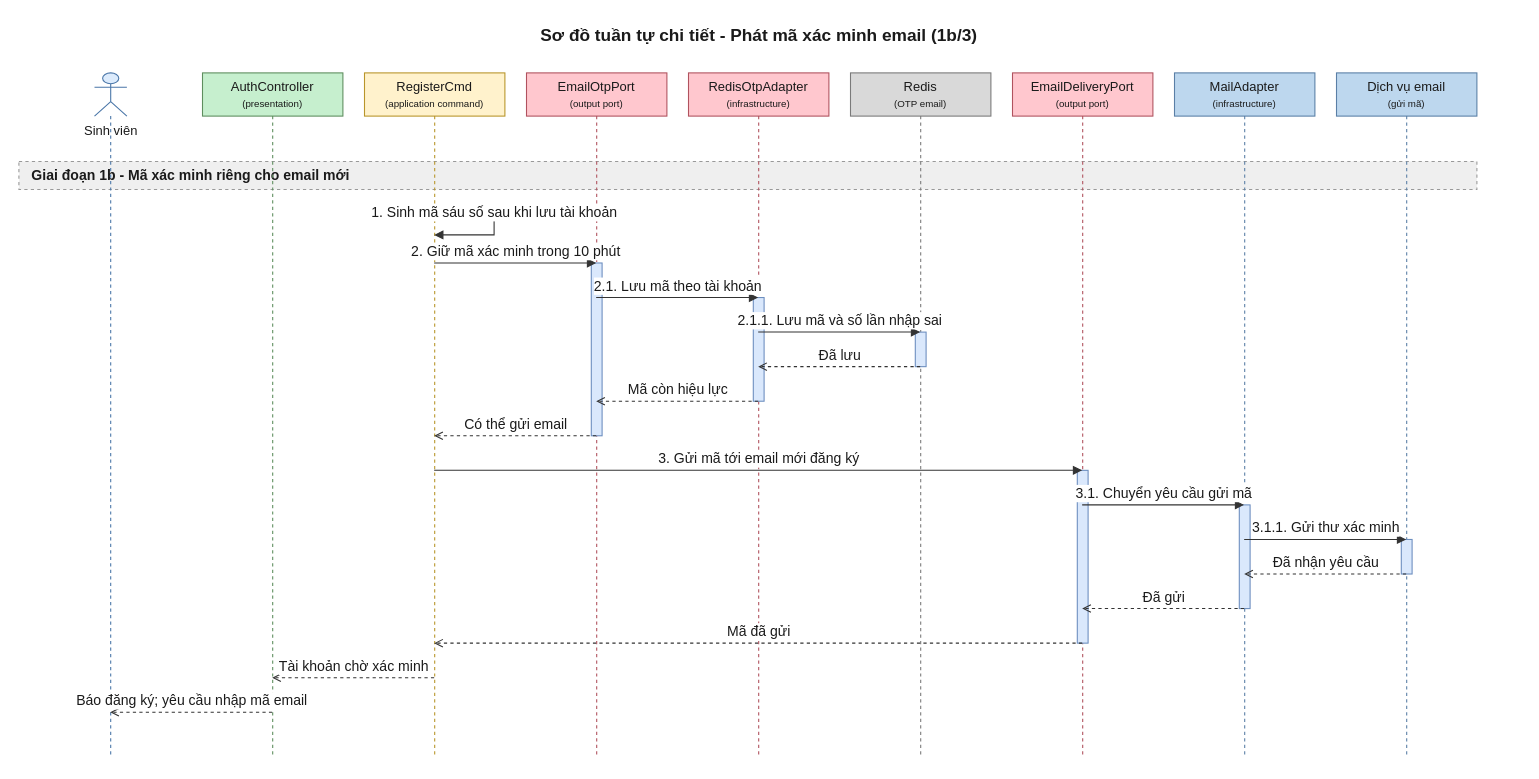
Earlier version of the draw.io diagram 08-diagram/sequence/user/sequence_user_dang_ky_dang_nhap_p1b.drawio (daiphu1801/PRJ_ALGOPREP). Source tidied: cells renumbered, new cells numbered last; positions are measured from the earlier drawing's top-left corner, leaving out a move shared by most shapes. Both pictures are drawn from the tidied source at 108%, with x=0, y=0 at pixel (18, 18).
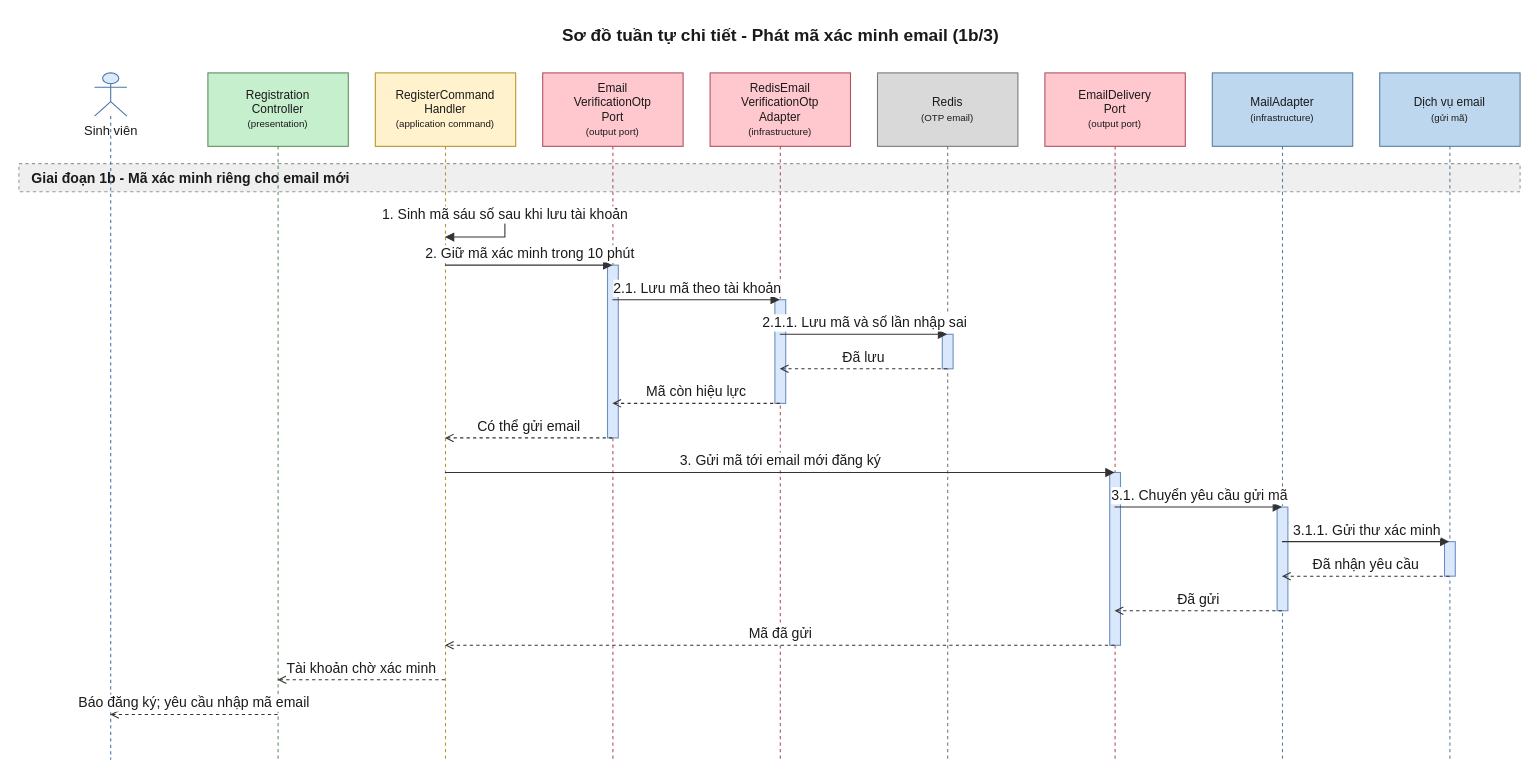
The same diagram, later.

Diff of the diagram source:
```diff
@@
     <mxCell id="2" value="Sơ đồ tuần tự chi tiết - Phát mã xác minh email (1b/3)" style="text;html=1;fontSize=16;fontStyle=1;align=center;verticalAlign=middle;fontColor=#1A1A1A;" parent="1" vertex="1">
-      <mxGeometry x="20" width="1330" height="30" as="geometry" />
+      <mxGeometry x="20" width="1370" height="30" as="geometry" />
     </mxCell>
     <mxCell id="3" value="Giai đoạn 1b - Mã xác minh riêng cho email mới" style="algoprep=phase;rounded=0;whiteSpace=wrap;html=1;fillColor=#EFEFEF;strokeColor=#999999;dashed=1;align=left;verticalAlign=middle;spacingLeft=10;fontColor=#1A1A1A;fontSize=13;fontStyle=1;" parent="1" vertex="1">
-      <mxGeometry y="132" width="1350" height="26" as="geometry" />
+      <mxGeometry y="134" width="1390" height="26" as="geometry" />
     </mxCell>
     <mxCell id="4" value="Sinh viên" style="shape=umlLifeline;participant=umlActor;perimeter=lifelinePerimeter;html=1;outlineConnect=0;size=40;verticalAlign=top;spacingTop=40;fillColor=#DCEBFC;strokeColor=#4A76A8;fontColor=#1A1A1A;" parent="1" vertex="1">
-      <mxGeometry x="70" y="50" width="30" height="634" as="geometry" />
+      <mxGeometry x="70" y="50" width="30" height="636" as="geometry" />
     </mxCell>
-    <mxCell id="5" value="AuthController&lt;br&gt;&lt;font style=&quot;font-size:9px&quot;&gt;(presentation)&lt;/font&gt;" style="shape=umlLifeline;perimeter=lifelinePerimeter;whiteSpace=wrap;html=1;outlineConnect=0;size=40;fillColor=#C6EFCE;strokeColor=#5E8E5E;fontColor=#1A1A1A;" parent="1" vertex="1">
-      <mxGeometry x="170" y="50" width="130" height="634" as="geometry" />
+    <mxCell id="5" value="Registration&lt;br&gt;Controller&lt;br&gt;&lt;font style=&quot;font-size:9px&quot;&gt;(presentation)&lt;/font&gt;" style="shape=umlLifeline;perimeter=lifelinePerimeter;whiteSpace=wrap;html=1;outlineConnect=0;size=68;fontSize=11;fillColor=#C6EFCE;strokeColor=#5E8E5E;fontColor=#1A1A1A;" parent="1" vertex="1">
+      <mxGeometry x="175" y="50" width="130" height="636" as="geometry" />
     </mxCell>
-    <mxCell id="6" value="RegisterCmd&lt;br&gt;&lt;font style=&quot;font-size:9px&quot;&gt;(application command)&lt;/font&gt;" style="shape=umlLifeline;perimeter=lifelinePerimeter;whiteSpace=wrap;html=1;outlineConnect=0;size=40;fillColor=#FFF2CC;strokeColor=#B8952A;fontColor=#1A1A1A;" parent="1" vertex="1">
-      <mxGeometry x="320" y="50" width="130" height="634" as="geometry" />
+    <mxCell id="6" value="RegisterCommand&lt;br&gt;Handler&lt;br&gt;&lt;font style=&quot;font-size:9px&quot;&gt;(application command)&lt;/font&gt;" style="shape=umlLifeline;perimeter=lifelinePerimeter;whiteSpace=wrap;html=1;outlineConnect=0;size=68;fontSize=11;fillColor=#FFF2CC;strokeColor=#B8952A;fontColor=#1A1A1A;" parent="1" vertex="1">
+      <mxGeometry x="330" y="50" width="130" height="636" as="geometry" />
     </mxCell>
-    <mxCell id="7" value="EmailOtpPort&lt;br&gt;&lt;font style=&quot;font-size:9px&quot;&gt;(output port)&lt;/font&gt;" style="shape=umlLifeline;perimeter=lifelinePerimeter;whiteSpace=wrap;html=1;outlineConnect=0;size=40;fillColor=#FFC7CE;strokeColor=#B0525E;fontColor=#1A1A1A;" parent="1" vertex="1">
-      <mxGeometry x="470" y="50" width="130" height="634" as="geometry" />
+    <mxCell id="7" value="Email&lt;br&gt;VerificationOtp&lt;br&gt;Port&lt;br&gt;&lt;font style=&quot;font-size:9px&quot;&gt;(output port)&lt;/font&gt;" style="shape=umlLifeline;perimeter=lifelinePerimeter;whiteSpace=wrap;html=1;outlineConnect=0;size=68;fontSize=11;fillColor=#FFC7CE;strokeColor=#B0525E;fontColor=#1A1A1A;" parent="1" vertex="1">
+      <mxGeometry x="485" y="50" width="130" height="636" as="geometry" />
     </mxCell>
-    <mxCell id="8" value="RedisOtpAdapter&lt;br&gt;&lt;font style=&quot;font-size:9px&quot;&gt;(infrastructure)&lt;/font&gt;" style="shape=umlLifeline;perimeter=lifelinePerimeter;whiteSpace=wrap;html=1;outlineConnect=0;size=40;fillColor=#FFC7CE;strokeColor=#B0525E;fontColor=#1A1A1A;" parent="1" vertex="1">
-      <mxGeometry x="620" y="50" width="130" height="634" as="geometry" />
+    <mxCell id="8" value="RedisEmail&lt;br&gt;VerificationOtp&lt;br&gt;Adapter&lt;br&gt;&lt;font style=&quot;font-size:9px&quot;&gt;(infrastructure)&lt;/font&gt;" style="shape=umlLifeline;perimeter=lifelinePerimeter;whiteSpace=wrap;html=1;outlineConnect=0;size=68;fontSize=11;fillColor=#FFC7CE;strokeColor=#B0525E;fontColor=#1A1A1A;" parent="1" vertex="1">
+      <mxGeometry x="640" y="50" width="130" height="636" as="geometry" />
     </mxCell>
-    <mxCell id="9" value="Redis&lt;br&gt;&lt;font style=&quot;font-size:9px&quot;&gt;(OTP email)&lt;/font&gt;" style="shape=umlLifeline;perimeter=lifelinePerimeter;whiteSpace=wrap;html=1;outlineConnect=0;size=40;fillColor=#D9D9D9;strokeColor=#7A7A7A;fontColor=#1A1A1A;" parent="1" vertex="1">
-      <mxGeometry x="770" y="50" width="130" height="634" as="geometry" />
+    <mxCell id="9" value="Redis&lt;br&gt;&lt;font style=&quot;font-size:9px&quot;&gt;(OTP email)&lt;/font&gt;" style="shape=umlLifeline;perimeter=lifelinePerimeter;whiteSpace=wrap;html=1;outlineConnect=0;size=68;fontSize=11;fillColor=#D9D9D9;strokeColor=#7A7A7A;fontColor=#1A1A1A;" parent="1" vertex="1">
+      <mxGeometry x="795" y="50" width="130" height="636" as="geometry" />
     </mxCell>
-    <mxCell id="10" value="EmailDeliveryPort&lt;br&gt;&lt;font style=&quot;font-size:9px&quot;&gt;(output port)&lt;/font&gt;" style="shape=umlLifeline;perimeter=lifelinePerimeter;whiteSpace=wrap;html=1;outlineConnect=0;size=40;fillColor=#FFC7CE;strokeColor=#B0525E;fontColor=#1A1A1A;" parent="1" vertex="1">
-      <mxGeometry x="920" y="50" width="130" height="634" as="geometry" />
+    <mxCell id="10" value="EmailDelivery&lt;br&gt;Port&lt;br&gt;&lt;font style=&quot;font-size:9px&quot;&gt;(output port)&lt;/font&gt;" style="shape=umlLifeline;perimeter=lifelinePerimeter;whiteSpace=wrap;html=1;outlineConnect=0;size=68;fontSize=11;fillColor=#FFC7CE;strokeColor=#B0525E;fontColor=#1A1A1A;" parent="1" vertex="1">
+      <mxGeometry x="950" y="50" width="130" height="636" as="geometry" />
     </mxCell>
-    <mxCell id="11" value="MailAdapter&lt;br&gt;&lt;font style=&quot;font-size:9px&quot;&gt;(infrastructure)&lt;/font&gt;" style="shape=umlLifeline;perimeter=lifelinePerimeter;whiteSpace=wrap;html=1;outlineConnect=0;size=40;fillColor=#BDD7EE;strokeColor=#5A7FA6;fontColor=#1A1A1A;" parent="1" vertex="1">
-      <mxGeometry x="1070" y="50" width="130" height="634" as="geometry" />
+    <mxCell id="11" value="MailAdapter&lt;br&gt;&lt;font style=&quot;font-size:9px&quot;&gt;(infrastructure)&lt;/font&gt;" style="shape=umlLifeline;perimeter=lifelinePerimeter;whiteSpace=wrap;html=1;outlineConnect=0;size=68;fontSize=11;fillColor=#BDD7EE;strokeColor=#5A7FA6;fontColor=#1A1A1A;" parent="1" vertex="1">
+      <mxGeometry x="1105" y="50" width="130" height="636" as="geometry" />
     </mxCell>
-    <mxCell id="12" value="Dịch vụ email&lt;br&gt;&lt;font style=&quot;font-size:9px&quot;&gt;(gửi mã)&lt;/font&gt;" style="shape=umlLifeline;perimeter=lifelinePerimeter;whiteSpace=wrap;html=1;outlineConnect=0;size=40;fillColor=#BDD7EE;strokeColor=#5A7FA6;fontColor=#1A1A1A;" parent="1" vertex="1">
-      <mxGeometry x="1220" y="50" width="130" height="634" as="geometry" />
+    <mxCell id="12" value="Dịch vụ email&lt;br&gt;&lt;font style=&quot;font-size:9px&quot;&gt;(gửi mã)&lt;/font&gt;" style="shape=umlLifeline;perimeter=lifelinePerimeter;whiteSpace=wrap;html=1;outlineConnect=0;size=68;fontSize=11;fillColor=#BDD7EE;strokeColor=#5A7FA6;fontColor=#1A1A1A;" parent="1" vertex="1">
+      <mxGeometry x="1260" y="50" width="130" height="636" as="geometry" />
     </mxCell>
     <mxCell id="13" style="html=1;perimeter=orthogonalPerimeter;targetShapes=umlLifeline;fillColor=#DAE8FC;strokeColor=#6C8EBF;" parent="9" vertex="1">
-      <mxGeometry x="60" y="240" width="10" height="32" as="geometry" />
+      <mxGeometry x="60" y="242" width="10" height="32" as="geometry" />
     </mxCell>
     <mxCell id="14" style="html=1;perimeter=orthogonalPerimeter;targetShapes=umlLifeline;fillColor=#DAE8FC;strokeColor=#6C8EBF;" parent="8" vertex="1">
-      <mxGeometry x="60" y="208" width="10" height="96" as="geometry" />
+      <mxGeometry x="60" y="210" width="10" height="96" as="geometry" />
     </mxCell>
     <mxCell id="15" style="html=1;perimeter=orthogonalPerimeter;targetShapes=umlLifeline;fillColor=#DAE8FC;strokeColor=#6C8EBF;" parent="7" vertex="1">
-      <mxGeometry x="60" y="176" width="10" height="160" as="geometry" />
+      <mxGeometry x="60" y="178" width="10" height="160" as="geometry" />
     </mxCell>
     <mxCell id="16" style="html=1;perimeter=orthogonalPerimeter;targetShapes=umlLifeline;fillColor=#DAE8FC;strokeColor=#6C8EBF;" parent="12" vertex="1">
-      <mxGeometry x="60" y="432" width="10" height="32" as="geometry" />
+      <mxGeometry x="60" y="434" width="10" height="32" as="geometry" />
     </mxCell>
     <mxCell id="17" style="html=1;perimeter=orthogonalPerimeter;targetShapes=umlLifeline;fillColor=#DAE8FC;strokeColor=#6C8EBF;" parent="11" vertex="1">
-      <mxGeometry x="60" y="400" width="10" height="96" as="geometry" />
+      <mxGeometry x="60" y="402" width="10" height="96" as="geometry" />
     </mxCell>
     <mxCell id="18" style="html=1;perimeter=orthogonalPerimeter;targetShapes=umlLifeline;fillColor=#DAE8FC;strokeColor=#6C8EBF;" parent="10" vertex="1">
-      <mxGeometry x="60" y="368" width="10" height="160" as="geometry" />
+      <mxGeometry x="60" y="370" width="10" height="160" as="geometry" />
     </mxCell>
-    <mxCell id="19" value="1. Sinh mã sáu số sau khi lưu tài khoản" style="edgeStyle=orthogonalEdgeStyle;rounded=0;html=1;endArrow=block;endFill=1;strokeColor=#333333;fontColor=#1A1A1A;fontSize=13;verticalAlign=bottom;exitX=0.5;exitY=0.2050;exitDx=0;exitDy=0;entryX=0.5;entryY=0.2366;entryDx=0;entryDy=0;" parent="1" edge="1" source="6" target="6">
+    <mxCell id="19" value="1. Sinh mã sáu số sau khi lưu tài khoản" style="edgeStyle=orthogonalEdgeStyle;rounded=0;html=1;endArrow=block;endFill=1;strokeColor=#333333;fontColor=#1A1A1A;fontSize=13;verticalAlign=bottom;exitX=0.5;exitY=0.2075;exitDx=0;exitDy=0;entryX=0.5;entryY=0.2390;entryDx=0;entryDy=0;" parent="1" edge="1" source="6" target="6">
       <mxGeometry relative="1" as="geometry">
         <Array as="points">
-          <mxPoint x="440" y="180" />
-          <mxPoint x="440" y="200" />
+          <mxPoint x="450" y="182" />
+          <mxPoint x="450" y="202" />
         </Array>
       </mxGeometry>
     </mxCell>
-    <mxCell id="20" value="2. Giữ mã xác minh trong 10 phút" style="edgeStyle=none;html=1;endArrow=block;endFill=1;strokeColor=#333333;fontColor=#1A1A1A;fontSize=13;verticalAlign=bottom;exitX=0.5;exitY=0.2776;exitDx=0;exitDy=0;entryX=0.5;entryY=0.2776;entryDx=0;entryDy=0;" parent="1" edge="1" source="6" target="7">
+    <mxCell id="20" value="2. Giữ mã xác minh trong 10 phút" style="edgeStyle=none;html=1;endArrow=block;endFill=1;strokeColor=#333333;fontColor=#1A1A1A;fontSize=13;verticalAlign=bottom;exitX=0.5;exitY=0.2799;exitDx=0;exitDy=0;entryX=0.5;entryY=0.2799;entryDx=0;entryDy=0;" parent="1" edge="1" source="6" target="7">
       <mxGeometry relative="1" as="geometry" />
     </mxCell>
-    <mxCell id="21" value="2.1. Lưu mã theo tài khoản" style="edgeStyle=none;html=1;endArrow=block;endFill=1;strokeColor=#333333;fontColor=#1A1A1A;fontSize=13;verticalAlign=bottom;exitX=0.5;exitY=0.3281;exitDx=0;exitDy=0;entryX=0.5;entryY=0.3281;entryDx=0;entryDy=0;" parent="1" edge="1" source="7" target="8">
+    <mxCell id="21" value="2.1. Lưu mã theo tài khoản" style="edgeStyle=none;html=1;endArrow=block;endFill=1;strokeColor=#333333;fontColor=#1A1A1A;fontSize=13;verticalAlign=bottom;exitX=0.5;exitY=0.3302;exitDx=0;exitDy=0;entryX=0.5;entryY=0.3302;entryDx=0;entryDy=0;" parent="1" edge="1" source="7" target="8">
       <mxGeometry relative="1" as="geometry" />
     </mxCell>
-    <mxCell id="22" value="2.1.1. Lưu mã và số lần nhập sai" style="edgeStyle=none;html=1;endArrow=block;endFill=1;strokeColor=#333333;fontColor=#1A1A1A;fontSize=13;verticalAlign=bottom;exitX=0.5;exitY=0.3785;exitDx=0;exitDy=0;entryX=0.5;entryY=0.3785;entryDx=0;entryDy=0;" parent="1" edge="1" source="8" target="9">
+    <mxCell id="22" value="2.1.1. Lưu mã và số lần nhập sai" style="edgeStyle=none;html=1;endArrow=block;endFill=1;strokeColor=#333333;fontColor=#1A1A1A;fontSize=13;verticalAlign=bottom;exitX=0.5;exitY=0.3805;exitDx=0;exitDy=0;entryX=0.5;entryY=0.3805;entryDx=0;entryDy=0;" parent="1" edge="1" source="8" target="9">
       <mxGeometry relative="1" as="geometry" />
     </mxCell>
-    <mxCell id="23" value="Đã lưu" style="edgeStyle=none;html=1;endArrow=open;endFill=0;dashed=1;strokeColor=#333333;fontColor=#1A1A1A;fontSize=13;verticalAlign=bottom;exitX=0.5;exitY=0.4290;exitDx=0;exitDy=0;entryX=0.5;entryY=0.4290;entryDx=0;entryDy=0;" parent="1" edge="1" source="9" target="8">
+    <mxCell id="23" value="Đã lưu" style="edgeStyle=none;html=1;endArrow=open;endFill=0;dashed=1;strokeColor=#333333;fontColor=#1A1A1A;fontSize=13;verticalAlign=bottom;exitX=0.5;exitY=0.4308;exitDx=0;exitDy=0;entryX=0.5;entryY=0.4308;entryDx=0;entryDy=0;" parent="1" edge="1" source="9" target="8">
       <mxGeometry relative="1" as="geometry" />
     </mxCell>
-    <mxCell id="24" value="Mã còn hiệu lực" style="edgeStyle=none;html=1;endArrow=open;endFill=0;dashed=1;strokeColor=#333333;fontColor=#1A1A1A;fontSize=13;verticalAlign=bottom;exitX=0.5;exitY=0.4795;exitDx=0;exitDy=0;entryX=0.5;entryY=0.4795;entryDx=0;entryDy=0;" parent="1" edge="1" source="8" target="7">
+    <mxCell id="24" value="Mã còn hiệu lực" style="edgeStyle=none;html=1;endArrow=open;endFill=0;dashed=1;strokeColor=#333333;fontColor=#1A1A1A;fontSize=13;verticalAlign=bottom;exitX=0.5;exitY=0.4811;exitDx=0;exitDy=0;entryX=0.5;entryY=0.4811;entryDx=0;entryDy=0;" parent="1" edge="1" source="8" target="7">
       <mxGeometry relative="1" as="geometry" />
     </mxCell>
-    <mxCell id="25" value="Có thể gửi email" style="edgeStyle=none;html=1;endArrow=open;endFill=0;dashed=1;strokeColor=#333333;fontColor=#1A1A1A;fontSize=13;verticalAlign=bottom;exitX=0.5;exitY=0.5300;exitDx=0;exitDy=0;entryX=0.5;entryY=0.5300;entryDx=0;entryDy=0;" parent="1" edge="1" source="7" target="6">
+    <mxCell id="25" value="Có thể gửi email" style="edgeStyle=none;html=1;endArrow=open;endFill=0;dashed=1;strokeColor=#333333;fontColor=#1A1A1A;fontSize=13;verticalAlign=bottom;exitX=0.5;exitY=0.5314;exitDx=0;exitDy=0;entryX=0.5;entryY=0.5314;entryDx=0;entryDy=0;" parent="1" edge="1" source="7" target="6">
       <mxGeometry relative="1" as="geometry" />
     </mxCell>
-    <mxCell id="26" value="3. Gửi mã tới email mới đăng ký" style="edgeStyle=none;html=1;endArrow=block;endFill=1;strokeColor=#333333;fontColor=#1A1A1A;fontSize=13;verticalAlign=bottom;exitX=0.5;exitY=0.5804;exitDx=0;exitDy=0;entryX=0.5;entryY=0.5804;entryDx=0;entryDy=0;" parent="1" edge="1" source="6" target="10">
+    <mxCell id="26" value="3. Gửi mã tới email mới đăng ký" style="edgeStyle=none;html=1;endArrow=block;endFill=1;strokeColor=#333333;fontColor=#1A1A1A;fontSize=13;verticalAlign=bottom;exitX=0.5;exitY=0.5818;exitDx=0;exitDy=0;entryX=0.5;entryY=0.5818;entryDx=0;entryDy=0;" parent="1" edge="1" source="6" target="10">
       <mxGeometry relative="1" as="geometry" />
     </mxCell>
-    <mxCell id="27" value="3.1. Chuyển yêu cầu gửi mã" style="edgeStyle=none;html=1;endArrow=block;endFill=1;strokeColor=#333333;fontColor=#1A1A1A;fontSize=13;verticalAlign=bottom;exitX=0.5;exitY=0.6309;exitDx=0;exitDy=0;entryX=0.5;entryY=0.6309;entryDx=0;entryDy=0;" parent="1" edge="1" source="10" target="11">
+    <mxCell id="27" value="3.1. Chuyển yêu cầu gửi mã" style="edgeStyle=none;html=1;endArrow=block;endFill=1;strokeColor=#333333;fontColor=#1A1A1A;fontSize=13;verticalAlign=bottom;exitX=0.5;exitY=0.6321;exitDx=0;exitDy=0;entryX=0.5;entryY=0.6321;entryDx=0;entryDy=0;" parent="1" edge="1" source="10" target="11">
       <mxGeometry relative="1" as="geometry" />
     </mxCell>
-    <mxCell id="28" value="3.1.1. Gửi thư xác minh" style="edgeStyle=none;html=1;endArrow=block;endFill=1;strokeColor=#333333;fontColor=#1A1A1A;fontSize=13;verticalAlign=bottom;exitX=0.5;exitY=0.6814;exitDx=0;exitDy=0;entryX=0.5;entryY=0.6814;entryDx=0;entryDy=0;" parent="1" edge="1" source="11" target="12">
+    <mxCell id="28" value="3.1.1. Gửi thư xác minh" style="edgeStyle=none;html=1;endArrow=block;endFill=1;strokeColor=#333333;fontColor=#1A1A1A;fontSize=13;verticalAlign=bottom;exitX=0.5;exitY=0.6824;exitDx=0;exitDy=0;entryX=0.5;entryY=0.6824;entryDx=0;entryDy=0;" parent="1" edge="1" source="11" target="12">
       <mxGeometry relative="1" as="geometry" />
     </mxCell>
-    <mxCell id="29" value="Đã nhận yêu cầu" style="edgeStyle=none;html=1;endArrow=open;endFill=0;dashed=1;strokeColor=#333333;fontColor=#1A1A1A;fontSize=13;verticalAlign=bottom;exitX=0.5;exitY=0.7319;exitDx=0;exitDy=0;entryX=0.5;entryY=0.7319;entryDx=0;entryDy=0;" parent="1" edge="1" source="12" target="11">
+    <mxCell id="29" value="Đã nhận yêu cầu" style="edgeStyle=none;html=1;endArrow=open;endFill=0;dashed=1;strokeColor=#333333;fontColor=#1A1A1A;fontSize=13;verticalAlign=bottom;exitX=0.5;exitY=0.7327;exitDx=0;exitDy=0;entryX=0.5;entryY=0.7327;entryDx=0;entryDy=0;" parent="1" edge="1" source="12" target="11">
       <mxGeometry relative="1" as="geometry" />
     </mxCell>
-    <mxCell id="30" value="Đã gửi" style="edgeStyle=none;html=1;endArrow=open;endFill=0;dashed=1;strokeColor=#333333;fontColor=#1A1A1A;fontSize=13;verticalAlign=bottom;exitX=0.5;exitY=0.7823;exitDx=0;exitDy=0;entryX=0.5;entryY=0.7823;entryDx=0;entryDy=0;" parent="1" edge="1" source="11" target="10">
+    <mxCell id="30" value="Đã gửi" style="edgeStyle=none;html=1;endArrow=open;endFill=0;dashed=1;strokeColor=#333333;fontColor=#1A1A1A;fontSize=13;verticalAlign=bottom;exitX=0.5;exitY=0.7830;exitDx=0;exitDy=0;entryX=0.5;entryY=0.7830;entryDx=0;entryDy=0;" parent="1" edge="1" source="11" target="10">
       <mxGeometry relative="1" as="geometry" />
     </mxCell>
-    <mxCell id="31" value="Mã đã gửi" style="edgeStyle=none;html=1;endArrow=open;endFill=0;dashed=1;strokeColor=#333333;fontColor=#1A1A1A;fontSize=13;verticalAlign=bottom;exitX=0.5;exitY=0.8328;exitDx=0;exitDy=0;entryX=0.5;entryY=0.8328;entryDx=0;entryDy=0;" parent="1" edge="1" source="10" target="6">
+    <mxCell id="31" value="Mã đã gửi" style="edgeStyle=none;html=1;endArrow=open;endFill=0;dashed=1;strokeColor=#333333;fontColor=#1A1A1A;fontSize=13;verticalAlign=bottom;exitX=0.5;exitY=0.8333;exitDx=0;exitDy=0;entryX=0.5;entryY=0.8333;entryDx=0;entryDy=0;" parent="1" edge="1" source="10" target="6">
       <mxGeometry relative="1" as="geometry" />
     </mxCell>
-    <mxCell id="32" value="Tài khoản chờ xác minh" style="edgeStyle=none;html=1;endArrow=open;endFill=0;dashed=1;strokeColor=#333333;fontColor=#1A1A1A;fontSize=13;verticalAlign=bottom;exitX=0.5;exitY=0.8833;exitDx=0;exitDy=0;entryX=0.5;entryY=0.8833;entryDx=0;entryDy=0;" parent="1" edge="1" source="6" target="5">
+    <mxCell id="32" value="Tài khoản chờ xác minh" style="edgeStyle=none;html=1;endArrow=open;endFill=0;dashed=1;strokeColor=#333333;fontColor=#1A1A1A;fontSize=13;verticalAlign=bottom;exitX=0.5;exitY=0.8836;exitDx=0;exitDy=0;entryX=0.5;entryY=0.8836;entryDx=0;entryDy=0;" parent="1" edge="1" source="6" target="5">
       <mxGeometry relative="1" as="geometry" />
     </mxCell>
-    <mxCell id="33" value="Báo đăng ký; yêu cầu nhập mã email" style="edgeStyle=none;html=1;endArrow=open;endFill=0;dashed=1;strokeColor=#333333;fontColor=#1A1A1A;fontSize=13;verticalAlign=bottom;exitX=0.5;exitY=0.9338;exitDx=0;exitDy=0;entryX=0.5;entryY=0.9338;entryDx=0;entryDy=0;" parent="1" edge="1" source="5" target="4">
+    <mxCell id="33" value="Báo đăng ký; yêu cầu nhập mã email" style="edgeStyle=none;html=1;endArrow=open;endFill=0;dashed=1;strokeColor=#333333;fontColor=#1A1A1A;fontSize=13;verticalAlign=bottom;exitX=0.5;exitY=0.9340;exitDx=0;exitDy=0;entryX=0.5;entryY=0.9340;entryDx=0;entryDy=0;" parent="1" edge="1" source="5" target="4">
       <mxGeometry relative="1" as="geometry" />
     </mxCell>
```
